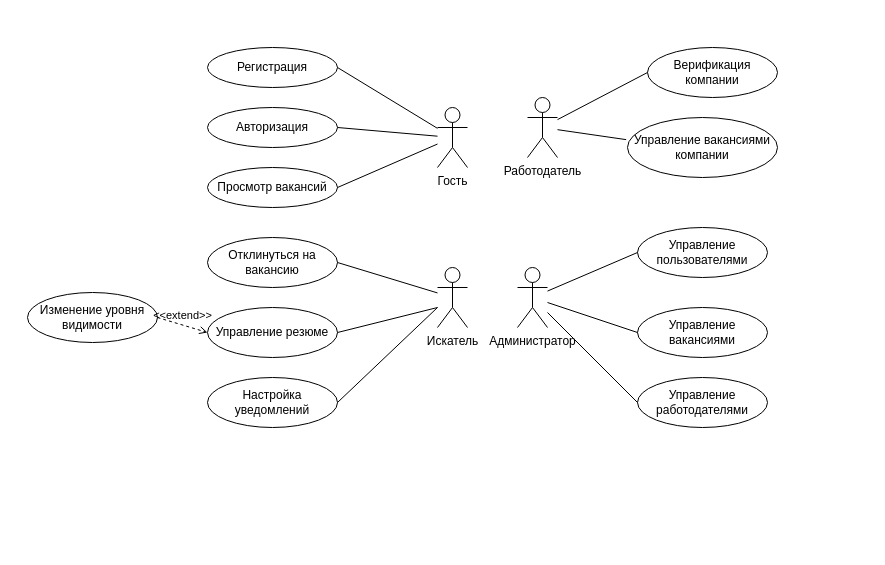
KiryaHandsome/job-first keeps this draw.io diagram as page "Use-Case" (2 of 2) of docs/diplom_architecture.drawio. Above is the earlier version. Source tidied: cells renumbered, new cells numbered last; positions are measured from the earlier drawing's top-left corner, leaving out a move shared by most shapes. Both pictures are drawn from the tidied source at 100%, with x=0, y=0 at pixel (27, 47).
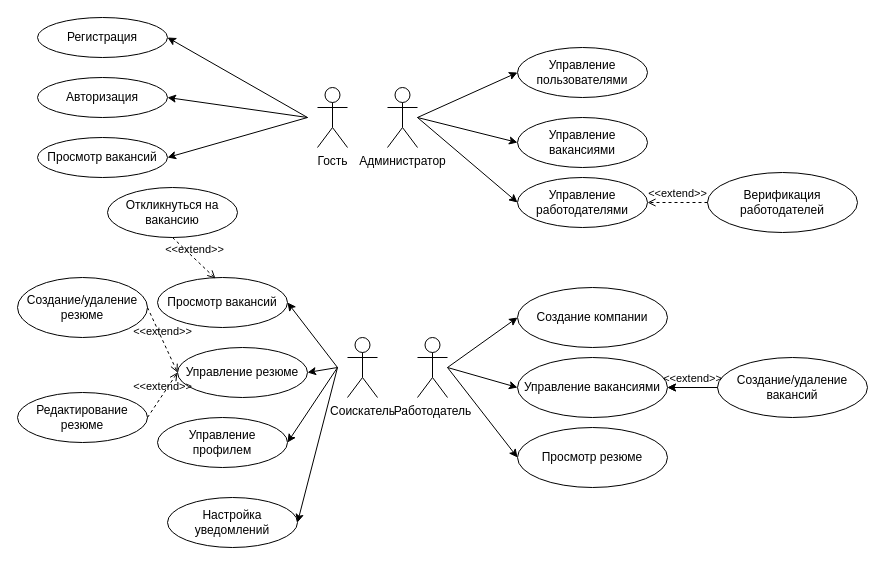
The same diagram, later.

What changed in the source:
```diff
@@
-    <mxCell id="2" value="Искатель" style="shape=umlActor;verticalLabelPosition=bottom;verticalAlign=top;html=1;outlineConnect=0;" parent="1" vertex="1">
-      <mxGeometry x="410" y="220" width="30" height="60" as="geometry" />
+    <mxCell id="2" value="Соискатель" style="shape=umlActor;verticalLabelPosition=bottom;verticalAlign=top;html=1;outlineConnect=0;" parent="1" vertex="1">
+      <mxGeometry x="320" y="290" width="30" height="60" as="geometry" />
     </mxCell>
     <mxCell id="3" value="Работодатель" style="shape=umlActor;verticalLabelPosition=bottom;verticalAlign=top;html=1;outlineConnect=0;" parent="1" vertex="1">
-      <mxGeometry x="500" y="50" width="30" height="60" as="geometry" />
+      <mxGeometry x="390" y="290" width="30" height="60" as="geometry" />
     </mxCell>
     <mxCell id="4" value="Администратор" style="shape=umlActor;verticalLabelPosition=bottom;verticalAlign=top;html=1;outlineConnect=0;" parent="1" vertex="1">
-      <mxGeometry x="490" y="220" width="30" height="60" as="geometry" />
+      <mxGeometry x="360" y="40" width="30" height="60" as="geometry" />
     </mxCell>
     <mxCell id="5" value="Регистрация" style="ellipse;whiteSpace=wrap;html=1;" parent="1" vertex="1">
-      <mxGeometry x="180" width="130" height="40" as="geometry" />
+      <mxGeometry x="10" y="-30" width="130" height="40" as="geometry" />
     </mxCell>
     <mxCell id="6" value="Гость" style="shape=umlActor;verticalLabelPosition=bottom;verticalAlign=top;html=1;outlineConnect=0;" parent="1" vertex="1">
-      <mxGeometry x="410" y="60" width="30" height="60" as="geometry" />
+      <mxGeometry x="290" y="40" width="30" height="60" as="geometry" />
     </mxCell>
     <mxCell id="7" value="Авторизация" style="ellipse;whiteSpace=wrap;html=1;" parent="1" vertex="1">
-      <mxGeometry x="180" y="60" width="130" height="40" as="geometry" />
+      <mxGeometry x="10" y="30" width="130" height="40" as="geometry" />
     </mxCell>
     <mxCell id="8" value="Просмотр вакансий" style="ellipse;whiteSpace=wrap;html=1;" parent="1" vertex="1">
-      <mxGeometry x="180" y="120" width="130" height="40" as="geometry" />
+      <mxGeometry x="10" y="90" width="130" height="40" as="geometry" />
     </mxCell>
-    <mxCell id="9" value="Отклинуться на вакансию" style="ellipse;whiteSpace=wrap;html=1;" parent="1" vertex="1">
-      <mxGeometry x="180" y="190" width="130" height="50" as="geometry" />
+    <mxCell id="9" value="Просмотр вакансий" style="ellipse;whiteSpace=wrap;html=1;" parent="1" vertex="1">
+      <mxGeometry x="130" y="230" width="130" height="50" as="geometry" />
     </mxCell>
     <mxCell id="10" value="Управление резюме" style="ellipse;whiteSpace=wrap;html=1;" parent="1" vertex="1">
-      <mxGeometry x="180" y="260" width="130" height="50" as="geometry" />
+      <mxGeometry x="150" y="300" width="130" height="50" as="geometry" />
     </mxCell>
     <mxCell id="11" value="Настройка уведомлений" style="ellipse;whiteSpace=wrap;html=1;" parent="1" vertex="1">
-      <mxGeometry x="180" y="330" width="130" height="50" as="geometry" />
+      <mxGeometry x="140" y="450" width="130" height="50" as="geometry" />
     </mxCell>
     <mxCell id="12" value="Управление пользователями" style="ellipse;whiteSpace=wrap;html=1;" parent="1" vertex="1">
-      <mxGeometry x="610" y="180" width="130" height="50" as="geometry" />
+      <mxGeometry x="490" width="130" height="50" as="geometry" />
     </mxCell>
     <mxCell id="13" value="Управление вакансиями" style="ellipse;whiteSpace=wrap;html=1;" parent="1" vertex="1">
-      <mxGeometry x="610" y="260" width="130" height="50" as="geometry" />
+      <mxGeometry x="490" y="70" width="130" height="50" as="geometry" />
     </mxCell>
-    <mxCell id="14" style="endArrow=none;html=1;rounded=0;entryX=1;entryY=0.5;entryDx=0;entryDy=0;startFill=0;" parent="1" edge="1" source="6" target="5">
-      <mxGeometry relative="1" as="geometry" />
-    </mxCell>
-    <mxCell id="15" style="endArrow=none;html=1;rounded=0;entryX=1;entryY=0.5;entryDx=0;entryDy=0;startFill=0;" parent="1" edge="1" source="6" target="7">
-      <mxGeometry relative="1" as="geometry" />
-    </mxCell>
-    <mxCell id="16" style="endArrow=none;html=1;rounded=0;entryX=1;entryY=0.5;entryDx=0;entryDy=0;startFill=0;" parent="1" edge="1" source="6" target="8">
-      <mxGeometry relative="1" as="geometry" />
-    </mxCell>
-    <mxCell id="17" style="endArrow=none;html=1;rounded=0;entryX=0;entryY=0.5;entryDx=0;entryDy=0;startFill=0;" parent="1" edge="1" source="4" target="12">
-      <mxGeometry relative="1" as="geometry" />
+    <mxCell id="17" style="endArrow=classic;html=1;rounded=0;entryX=0;entryY=0.5;entryDx=0;entryDy=0;startFill=0;endFill=1;" parent="1" edge="1" target="12">
+      <mxGeometry relative="1" as="geometry">
+        <mxPoint x="390" y="70" as="sourcePoint" />
+      </mxGeometry>
     </mxCell>
-    <mxCell id="18" style="endArrow=none;html=1;rounded=0;entryX=0;entryY=0.5;entryDx=0;entryDy=0;startFill=0;" parent="1" edge="1" source="4" target="13">
-      <mxGeometry relative="1" as="geometry" />
+    <mxCell id="18" style="endArrow=classic;html=1;rounded=0;entryX=0;entryY=0.5;entryDx=0;entryDy=0;startFill=0;endFill=1;" parent="1" edge="1" target="13">
+      <mxGeometry relative="1" as="geometry">
+        <mxPoint x="390" y="70" as="sourcePoint" />
+      </mxGeometry>
     </mxCell>
-    <mxCell id="19" value="Изменение уровня видимости" style="ellipse;whiteSpace=wrap;html=1;" parent="1" vertex="1">
-      <mxGeometry y="245" width="130" height="50" as="geometry" />
+    <mxCell id="19" value="Создание/удаление резюме" style="ellipse;whiteSpace=wrap;html=1;" parent="1" vertex="1">
+      <mxGeometry x="-10" y="230" width="130" height="60" as="geometry" />
     </mxCell>
@@
-    <mxCell id="21" value="Управление вакансиями компании" style="ellipse;whiteSpace=wrap;html=1;" parent="1" vertex="1">
-      <mxGeometry x="600" y="70" width="150" height="60" as="geometry" />
+    <mxCell id="21" value="Управление вакансиями" style="ellipse;whiteSpace=wrap;html=1;" parent="1" vertex="1">
+      <mxGeometry x="490" y="310" width="150" height="60" as="geometry" />
     </mxCell>
-    <mxCell id="22" value="Верификация компании" style="ellipse;whiteSpace=wrap;html=1;" parent="1" vertex="1">
-      <mxGeometry x="620" width="130" height="50" as="geometry" />
+    <mxCell id="22" value="Создание компании" style="ellipse;whiteSpace=wrap;html=1;" parent="1" vertex="1">
+      <mxGeometry x="490" y="240" width="150" height="60" as="geometry" />
     </mxCell>
-    <mxCell id="23" style="endArrow=none;html=1;rounded=0;entryX=0;entryY=0.5;entryDx=0;entryDy=0;startFill=0;" parent="1" edge="1" source="3" target="22">
-      <mxGeometry relative="1" as="geometry" />
-    </mxCell>
-    <mxCell id="24" style="endArrow=none;html=1;rounded=0;entryX=-0.009;entryY=0.369;entryDx=0;entryDy=0;entryPerimeter=0;startFill=0;" parent="1" edge="1" source="3" target="21">
-      <mxGeometry relative="1" as="geometry" />
-    </mxCell>
-    <mxCell id="25" style="endArrow=none;html=1;rounded=0;exitX=1;exitY=0.5;exitDx=0;exitDy=0;" parent="1" edge="1" source="10">
-      <mxGeometry relative="1" as="geometry">
-        <mxPoint x="410" y="260" as="targetPoint" />
-      </mxGeometry>
-    </mxCell>
-    <mxCell id="26" style="endArrow=none;html=1;rounded=0;entryX=1;entryY=0.5;entryDx=0;entryDy=0;" parent="1" edge="1" source="2" target="9">
-      <mxGeometry relative="1" as="geometry" />
-    </mxCell>
-    <mxCell id="27" style="endArrow=none;html=1;rounded=0;exitX=1;exitY=0.5;exitDx=0;exitDy=0;" parent="1" edge="1" source="11">
-      <mxGeometry relative="1" as="geometry">
-        <mxPoint x="410" y="260" as="targetPoint" />
-      </mxGeometry>
-    </mxCell>
     <mxCell id="28" value="Управление работодателями" style="ellipse;whiteSpace=wrap;html=1;" parent="1" vertex="1">
-      <mxGeometry x="610" y="330" width="130" height="50" as="geometry" />
+      <mxGeometry x="490" y="130" width="130" height="50" as="geometry" />
     </mxCell>
-    <mxCell id="29" style="endArrow=none;html=1;rounded=0;entryX=0;entryY=0.5;entryDx=0;entryDy=0;startFill=0;" parent="1" edge="1" source="4" target="28">
-      <mxGeometry relative="1" as="geometry" />
+    <mxCell id="29" style="endArrow=classic;html=1;rounded=0;entryX=0;entryY=0.5;entryDx=0;entryDy=0;startFill=0;endFill=1;" parent="1" edge="1" target="28">
+      <mxGeometry relative="1" as="geometry">
+        <mxPoint x="390" y="70" as="sourcePoint" />
+      </mxGeometry>
     </mxCell>
+    <mxCell id="30" value="Откликнуться на вакансию" style="ellipse;whiteSpace=wrap;html=1;" parent="1" vertex="1">
+      <mxGeometry x="80" y="140" width="130" height="50" as="geometry" />
+    </mxCell>
+    <mxCell id="31" value="&amp;lt;&amp;lt;extend&amp;gt;&amp;gt;" style="html=1;verticalAlign=bottom;labelBackgroundColor=none;endArrow=open;endFill=0;dashed=1;rounded=0;entryX=0.446;entryY=0.02;entryDx=0;entryDy=0;entryPerimeter=0;exitX=0.5;exitY=1;exitDx=0;exitDy=0;" parent="1" edge="1" source="30" target="9">
+      <mxGeometry relative="1" as="geometry" />
+    </mxCell>
+    <mxCell id="32" value="Редактирование резюме" style="ellipse;whiteSpace=wrap;html=1;" parent="1" vertex="1">
+      <mxGeometry x="-10" y="345" width="130" height="50" as="geometry" />
+    </mxCell>
+    <mxCell id="33" value="&amp;lt;&amp;lt;extend&amp;gt;&amp;gt;" style="html=1;verticalAlign=bottom;labelBackgroundColor=none;endArrow=open;endFill=0;dashed=1;rounded=0;entryX=0;entryY=0.5;entryDx=0;entryDy=0;exitX=1;exitY=0.5;exitDx=0;exitDy=0;" parent="1" edge="1" source="32" target="10">
+      <mxGeometry relative="1" as="geometry" />
+    </mxCell>
+    <mxCell id="34" value="Управление профилем" style="ellipse;whiteSpace=wrap;html=1;" parent="1" vertex="1">
+      <mxGeometry x="130" y="370" width="130" height="50" as="geometry" />
+    </mxCell>
+    <mxCell id="35" style="endArrow=classic;html=1;rounded=0;entryX=1;entryY=0.5;entryDx=0;entryDy=0;" parent="1" edge="1" target="5">
+      <mxGeometry relative="1" as="geometry">
+        <mxPoint x="280" y="70" as="sourcePoint" />
+      </mxGeometry>
+    </mxCell>
+    <mxCell id="36" style="endArrow=classic;html=1;rounded=0;entryX=1;entryY=0.5;entryDx=0;entryDy=0;" parent="1" edge="1" target="7">
+      <mxGeometry relative="1" as="geometry">
+        <mxPoint x="280" y="70" as="sourcePoint" />
+      </mxGeometry>
+    </mxCell>
+    <mxCell id="37" style="endArrow=classic;html=1;rounded=0;entryX=1;entryY=0.5;entryDx=0;entryDy=0;" parent="1" edge="1" target="8">
+      <mxGeometry relative="1" as="geometry">
+        <mxPoint x="280" y="70" as="sourcePoint" />
+      </mxGeometry>
+    </mxCell>
+    <mxCell id="38" style="endArrow=classic;html=1;rounded=0;entryX=1;entryY=0.5;entryDx=0;entryDy=0;" parent="1" edge="1" target="9">
+      <mxGeometry relative="1" as="geometry">
+        <mxPoint x="310" y="320" as="sourcePoint" />
+      </mxGeometry>
+    </mxCell>
+    <mxCell id="39" style="endArrow=classic;html=1;rounded=0;entryX=1;entryY=0.5;entryDx=0;entryDy=0;" parent="1" edge="1" target="10">
+      <mxGeometry relative="1" as="geometry">
+        <mxPoint x="310" y="320" as="sourcePoint" />
+      </mxGeometry>
+    </mxCell>
+    <mxCell id="40" style="endArrow=classic;html=1;rounded=0;entryX=1;entryY=0.5;entryDx=0;entryDy=0;" parent="1" edge="1" target="34">
+      <mxGeometry relative="1" as="geometry">
+        <mxPoint x="310" y="320" as="sourcePoint" />
+      </mxGeometry>
+    </mxCell>
+    <mxCell id="41" style="endArrow=classic;html=1;rounded=0;entryX=1;entryY=0.5;entryDx=0;entryDy=0;" parent="1" edge="1" target="11">
+      <mxGeometry relative="1" as="geometry">
+        <mxPoint x="310" y="320" as="sourcePoint" />
+      </mxGeometry>
+    </mxCell>
+    <mxCell id="42" style="endArrow=classic;html=1;rounded=0;entryX=0;entryY=0.5;entryDx=0;entryDy=0;" parent="1" edge="1" target="22">
+      <mxGeometry relative="1" as="geometry">
+        <mxPoint x="420" y="320" as="sourcePoint" />
+      </mxGeometry>
+    </mxCell>
+    <mxCell id="43" style="endArrow=classic;html=1;rounded=0;entryX=0;entryY=0.5;entryDx=0;entryDy=0;" parent="1" edge="1" target="21">
+      <mxGeometry relative="1" as="geometry">
+        <mxPoint x="420" y="320" as="sourcePoint" />
+      </mxGeometry>
+    </mxCell>
+    <mxCell id="44" style="edgeStyle=orthogonalEdgeStyle;rounded=0;jettySize=auto;html=1;" parent="1" edge="1" source="45" target="21">
+      <mxGeometry relative="1" as="geometry" />
+    </mxCell>
+    <mxCell id="45" value="Создание/удаление вакансий" style="ellipse;whiteSpace=wrap;html=1;" parent="1" vertex="1">
+      <mxGeometry x="690" y="310" width="150" height="60" as="geometry" />
+    </mxCell>
+    <mxCell id="46" value="&amp;lt;&amp;lt;extend&amp;gt;&amp;gt;" style="html=1;verticalAlign=bottom;labelBackgroundColor=none;endArrow=open;endFill=0;dashed=1;rounded=0;exitX=0;exitY=0.5;exitDx=0;exitDy=0;entryX=1;entryY=0.5;entryDx=0;entryDy=0;" parent="1" edge="1" source="45" target="21">
+      <mxGeometry relative="1" as="geometry" />
+    </mxCell>
+    <mxCell id="47" value="Просмотр резюме" style="ellipse;whiteSpace=wrap;html=1;" parent="1" vertex="1">
+      <mxGeometry x="490" y="380" width="150" height="60" as="geometry" />
+    </mxCell>
+    <mxCell id="48" style="endArrow=classic;html=1;rounded=0;entryX=0;entryY=0.5;entryDx=0;entryDy=0;" parent="1" edge="1" target="47">
+      <mxGeometry relative="1" as="geometry">
+        <mxPoint x="420" y="320" as="sourcePoint" />
+      </mxGeometry>
+    </mxCell>
+    <mxCell id="49" value="Верификация работодателей" style="ellipse;whiteSpace=wrap;html=1;" parent="1" vertex="1">
+      <mxGeometry x="680" y="125" width="150" height="60" as="geometry" />
+    </mxCell>
+    <mxCell id="50" value="&amp;lt;&amp;lt;extend&amp;gt;&amp;gt;" style="html=1;verticalAlign=bottom;labelBackgroundColor=none;endArrow=open;endFill=0;dashed=1;rounded=0;exitX=0;exitY=0.5;exitDx=0;exitDy=0;entryX=1;entryY=0.5;entryDx=0;entryDy=0;" parent="1" edge="1" source="49" target="28">
+      <mxGeometry relative="1" as="geometry" />
+    </mxCell>
```
